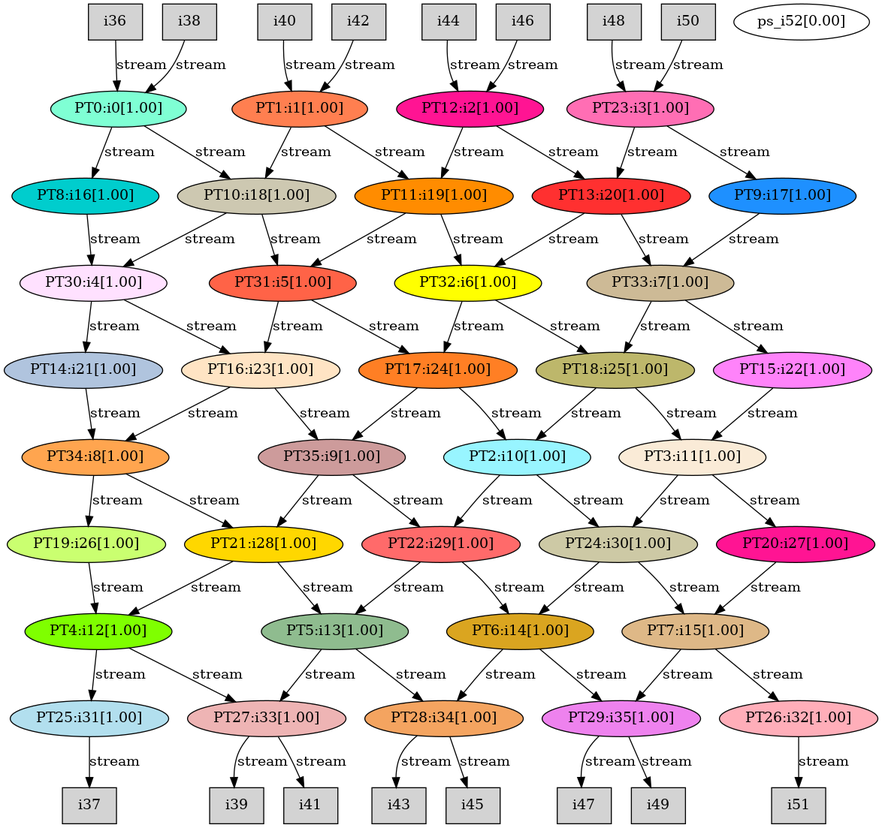
The Graphviz diagram Jacobi_AIE_Scalar/Work/reports/TopGraph.png in lxy-littlechai/SVD, before a commit. Its source is kept beside it as Jacobi_AIE_Scalar/Work/reports/TopGraph.dot.
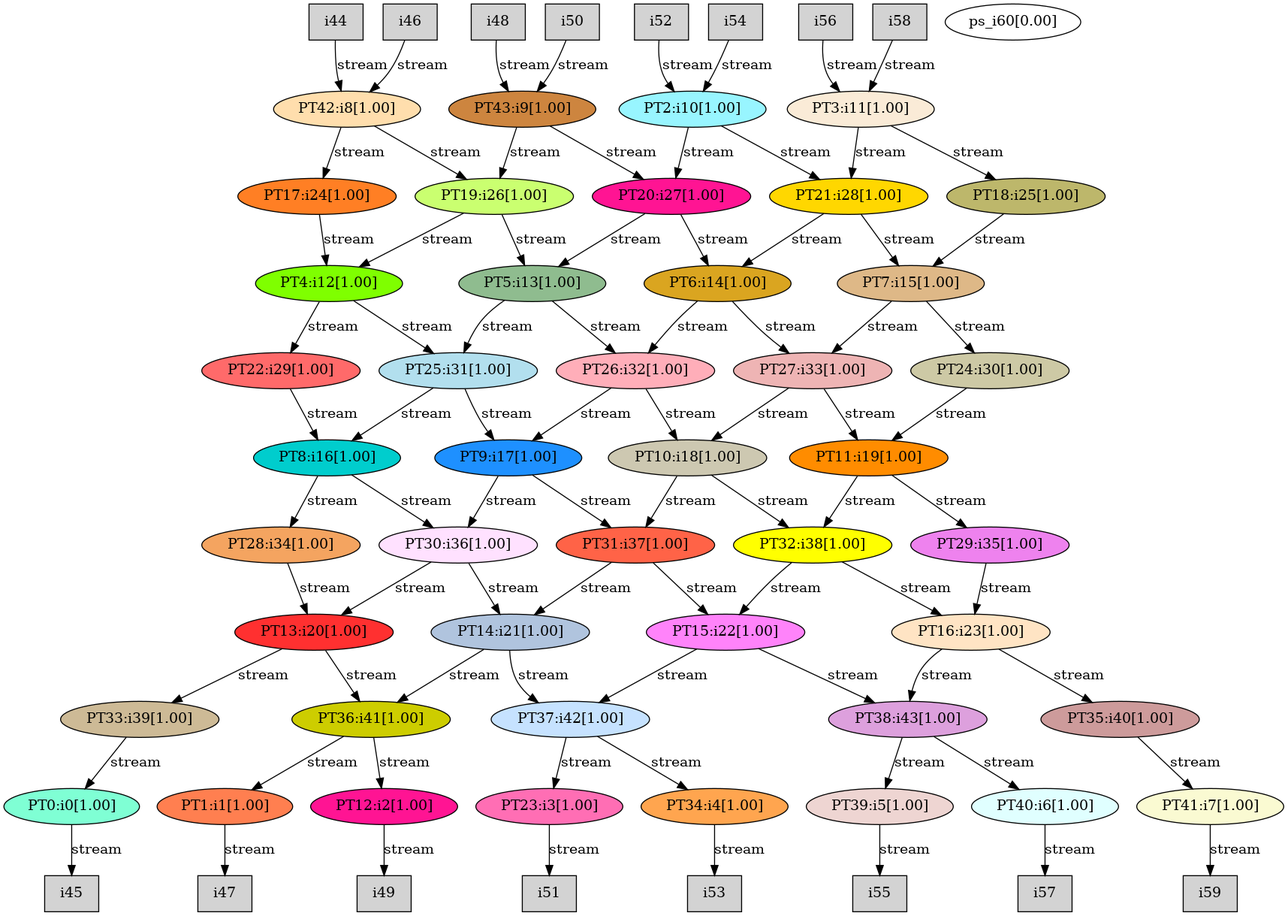
The same file after the commit.

Change to the diagram source:
```diff
@@ -3,12 +3,12 @@
 "PT1:i1[1.00]" [style=filled, fillcolor=coral];
 "PT12:i2[1.00]" [style=filled, fillcolor=deeppink];
 "PT23:i3[1.00]" [style=filled, fillcolor=hotpink1];
-"PT30:i4[1.00]" [style=filled, fillcolor=thistle1];
-"PT31:i5[1.00]" [style=filled, fillcolor=tomato];
-"PT32:i6[1.00]" [style=filled, fillcolor=yellow];
-"PT33:i7[1.00]" [style=filled, fillcolor=wheat3];
-"PT34:i8[1.00]" [style=filled, fillcolor=tan1];
-"PT35:i9[1.00]" [style=filled, fillcolor=rosybrown3];
+"PT34:i4[1.00]" [style=filled, fillcolor=tan1];
+"PT39:i5[1.00]" [style=filled, fillcolor=mistyrose2];
+"PT40:i6[1.00]" [style=filled, fillcolor=lightcyan];
+"PT41:i7[1.00]" [style=filled, fillcolor=lightgoldenrodyellow];
+"PT42:i8[1.00]" [style=filled, fillcolor=navajowhite1];
+"PT43:i9[1.00]" [style=filled, fillcolor=peru];
 "PT2:i10[1.00]" [style=filled, fillcolor=cadetblue1];
 "PT3:i11[1.00]" [style=filled, fillcolor=antiquewhite];
 "PT4:i12[1.00]" [style=filled, fillcolor=chartreuse];
@@ -35,14 +35,14 @@
 "PT27:i33[1.00]" [style=filled, fillcolor=rosybrown2];
 "PT28:i34[1.00]" [style=filled, fillcolor=sandybrown];
 "PT29:i35[1.00]" [style=filled, fillcolor=violet];
-"i36" [shape=box style=filled, fillcolor=lightgrey];
-"i37" [shape=box style=filled, fillcolor=lightgrey];
-"i38" [shape=box style=filled, fillcolor=lightgrey];
-"i39" [shape=box style=filled, fillcolor=lightgrey];
-"i40" [shape=box style=filled, fillcolor=lightgrey];
-"i41" [shape=box style=filled, fillcolor=lightgrey];
-"i42" [shape=box style=filled, fillcolor=lightgrey];
-"i43" [shape=box style=filled, fillcolor=lightgrey];
+"PT30:i36[1.00]" [style=filled, fillcolor=thistle1];
+"PT31:i37[1.00]" [style=filled, fillcolor=tomato];
+"PT32:i38[1.00]" [style=filled, fillcolor=yellow];
+"PT33:i39[1.00]" [style=filled, fillcolor=wheat3];
+"PT35:i40[1.00]" [style=filled, fillcolor=rosybrown3];
+"PT36:i41[1.00]" [style=filled, fillcolor=yellow3];
+"PT37:i42[1.00]" [style=filled, fillcolor=slategray1];
+"PT38:i43[1.00]" [style=filled, fillcolor=plum];
 "i44" [shape=box style=filled, fillcolor=lightgrey];
 "i45" [shape=box style=filled, fillcolor=lightgrey];
 "i46" [shape=box style=filled, fillcolor=lightgrey];
@@ -51,77 +51,93 @@
 "i49" [shape=box style=filled, fillcolor=lightgrey];
 "i50" [shape=box style=filled, fillcolor=lightgrey];
 "i51" [shape=box style=filled, fillcolor=lightgrey];
-"ps_i52[0.00]";
-"i36" -> "PT0:i0[1.00]" [label="stream"];
-"i38" -> "PT0:i0[1.00]" [label="stream"];
-"PT0:i0[1.00]" -> "PT10:i18[1.00]" [label="stream"];
-"PT0:i0[1.00]" -> "PT8:i16[1.00]" [label="stream"];
-"i40" -> "PT1:i1[1.00]" [label="stream"];
-"i42" -> "PT1:i1[1.00]" [label="stream"];
-"PT1:i1[1.00]" -> "PT11:i19[1.00]" [label="stream"];
-"PT1:i1[1.00]" -> "PT10:i18[1.00]" [label="stream"];
-"i44" -> "PT12:i2[1.00]" [label="stream"];
-"i46" -> "PT12:i2[1.00]" [label="stream"];
-"PT12:i2[1.00]" -> "PT13:i20[1.00]" [label="stream"];
-"PT12:i2[1.00]" -> "PT11:i19[1.00]" [label="stream"];
-"i48" -> "PT23:i3[1.00]" [label="stream"];
-"i50" -> "PT23:i3[1.00]" [label="stream"];
-"PT23:i3[1.00]" -> "PT9:i17[1.00]" [label="stream"];
-"PT23:i3[1.00]" -> "PT13:i20[1.00]" [label="stream"];
-"PT8:i16[1.00]" -> "PT30:i4[1.00]" [label="stream"];
-"PT10:i18[1.00]" -> "PT30:i4[1.00]" [label="stream"];
-"PT30:i4[1.00]" -> "PT16:i23[1.00]" [label="stream"];
-"PT30:i4[1.00]" -> "PT14:i21[1.00]" [label="stream"];
-"PT10:i18[1.00]" -> "PT31:i5[1.00]" [label="stream"];
-"PT11:i19[1.00]" -> "PT31:i5[1.00]" [label="stream"];
-"PT31:i5[1.00]" -> "PT17:i24[1.00]" [label="stream"];
-"PT31:i5[1.00]" -> "PT16:i23[1.00]" [label="stream"];
-"PT11:i19[1.00]" -> "PT32:i6[1.00]" [label="stream"];
-"PT13:i20[1.00]" -> "PT32:i6[1.00]" [label="stream"];
-"PT32:i6[1.00]" -> "PT18:i25[1.00]" [label="stream"];
-"PT32:i6[1.00]" -> "PT17:i24[1.00]" [label="stream"];
-"PT13:i20[1.00]" -> "PT33:i7[1.00]" [label="stream"];
-"PT9:i17[1.00]" -> "PT33:i7[1.00]" [label="stream"];
-"PT33:i7[1.00]" -> "PT15:i22[1.00]" [label="stream"];
-"PT33:i7[1.00]" -> "PT18:i25[1.00]" [label="stream"];
-"PT14:i21[1.00]" -> "PT34:i8[1.00]" [label="stream"];
-"PT16:i23[1.00]" -> "PT34:i8[1.00]" [label="stream"];
-"PT34:i8[1.00]" -> "PT21:i28[1.00]" [label="stream"];
-"PT34:i8[1.00]" -> "PT19:i26[1.00]" [label="stream"];
-"PT16:i23[1.00]" -> "PT35:i9[1.00]" [label="stream"];
-"PT17:i24[1.00]" -> "PT35:i9[1.00]" [label="stream"];
-"PT35:i9[1.00]" -> "PT22:i29[1.00]" [label="stream"];
-"PT35:i9[1.00]" -> "PT21:i28[1.00]" [label="stream"];
-"PT17:i24[1.00]" -> "PT2:i10[1.00]" [label="stream"];
-"PT18:i25[1.00]" -> "PT2:i10[1.00]" [label="stream"];
-"PT2:i10[1.00]" -> "PT24:i30[1.00]" [label="stream"];
-"PT2:i10[1.00]" -> "PT22:i29[1.00]" [label="stream"];
-"PT18:i25[1.00]" -> "PT3:i11[1.00]" [label="stream"];
-"PT15:i22[1.00]" -> "PT3:i11[1.00]" [label="stream"];
-"PT3:i11[1.00]" -> "PT20:i27[1.00]" [label="stream"];
-"PT3:i11[1.00]" -> "PT24:i30[1.00]" [label="stream"];
+"i52" [shape=box style=filled, fillcolor=lightgrey];
+"i53" [shape=box style=filled, fillcolor=lightgrey];
+"i54" [shape=box style=filled, fillcolor=lightgrey];
+"i55" [shape=box style=filled, fillcolor=lightgrey];
+"i56" [shape=box style=filled, fillcolor=lightgrey];
+"i57" [shape=box style=filled, fillcolor=lightgrey];
+"i58" [shape=box style=filled, fillcolor=lightgrey];
+"i59" [shape=box style=filled, fillcolor=lightgrey];
+"ps_i60[0.00]";
+"PT33:i39[1.00]" -> "PT0:i0[1.00]" [label="stream"];
+"PT0:i0[1.00]" -> "i45" [label="stream"];
+"PT36:i41[1.00]" -> "PT1:i1[1.00]" [label="stream"];
+"PT1:i1[1.00]" -> "i47" [label="stream"];
+"PT36:i41[1.00]" -> "PT12:i2[1.00]" [label="stream"];
+"PT12:i2[1.00]" -> "i49" [label="stream"];
+"PT37:i42[1.00]" -> "PT23:i3[1.00]" [label="stream"];
+"PT23:i3[1.00]" -> "i51" [label="stream"];
+"PT37:i42[1.00]" -> "PT34:i4[1.00]" [label="stream"];
+"PT34:i4[1.00]" -> "i53" [label="stream"];
+"PT38:i43[1.00]" -> "PT39:i5[1.00]" [label="stream"];
+"PT39:i5[1.00]" -> "i55" [label="stream"];
+"PT38:i43[1.00]" -> "PT40:i6[1.00]" [label="stream"];
+"PT40:i6[1.00]" -> "i57" [label="stream"];
+"PT35:i40[1.00]" -> "PT41:i7[1.00]" [label="stream"];
+"PT41:i7[1.00]" -> "i59" [label="stream"];
+"i44" -> "PT42:i8[1.00]" [label="stream"];
+"i46" -> "PT42:i8[1.00]" [label="stream"];
+"PT42:i8[1.00]" -> "PT19:i26[1.00]" [label="stream"];
+"PT42:i8[1.00]" -> "PT17:i24[1.00]" [label="stream"];
+"i48" -> "PT43:i9[1.00]" [label="stream"];
+"i50" -> "PT43:i9[1.00]" [label="stream"];
+"PT43:i9[1.00]" -> "PT20:i27[1.00]" [label="stream"];
+"PT43:i9[1.00]" -> "PT19:i26[1.00]" [label="stream"];
+"i52" -> "PT2:i10[1.00]" [label="stream"];
+"i54" -> "PT2:i10[1.00]" [label="stream"];
+"PT2:i10[1.00]" -> "PT21:i28[1.00]" [label="stream"];
+"PT2:i10[1.00]" -> "PT20:i27[1.00]" [label="stream"];
+"i56" -> "PT3:i11[1.00]" [label="stream"];
+"i58" -> "PT3:i11[1.00]" [label="stream"];
+"PT3:i11[1.00]" -> "PT18:i25[1.00]" [label="stream"];
+"PT3:i11[1.00]" -> "PT21:i28[1.00]" [label="stream"];
+"PT17:i24[1.00]" -> "PT4:i12[1.00]" [label="stream"];
 "PT19:i26[1.00]" -> "PT4:i12[1.00]" [label="stream"];
-"PT21:i28[1.00]" -> "PT4:i12[1.00]" [label="stream"];
-"PT4:i12[1.00]" -> "PT27:i33[1.00]" [label="stream"];
 "PT4:i12[1.00]" -> "PT25:i31[1.00]" [label="stream"];
-"PT21:i28[1.00]" -> "PT5:i13[1.00]" [label="stream"];
-"PT22:i29[1.00]" -> "PT5:i13[1.00]" [label="stream"];
-"PT5:i13[1.00]" -> "PT28:i34[1.00]" [label="stream"];
-"PT5:i13[1.00]" -> "PT27:i33[1.00]" [label="stream"];
-"PT22:i29[1.00]" -> "PT6:i14[1.00]" [label="stream"];
-"PT24:i30[1.00]" -> "PT6:i14[1.00]" [label="stream"];
-"PT6:i14[1.00]" -> "PT29:i35[1.00]" [label="stream"];
-"PT6:i14[1.00]" -> "PT28:i34[1.00]" [label="stream"];
-"PT24:i30[1.00]" -> "PT7:i15[1.00]" [label="stream"];
-"PT20:i27[1.00]" -> "PT7:i15[1.00]" [label="stream"];
-"PT7:i15[1.00]" -> "PT26:i32[1.00]" [label="stream"];
-"PT7:i15[1.00]" -> "PT29:i35[1.00]" [label="stream"];
-"PT25:i31[1.00]" -> "i37" [label="stream"];
-"PT26:i32[1.00]" -> "i51" [label="stream"];
-"PT27:i33[1.00]" -> "i39" [label="stream"];
-"PT27:i33[1.00]" -> "i41" [label="stream"];
-"PT28:i34[1.00]" -> "i43" [label="stream"];
-"PT28:i34[1.00]" -> "i45" [label="stream"];
-"PT29:i35[1.00]" -> "i47" [label="stream"];
-"PT29:i35[1.00]" -> "i49" [label="stream"];
+"PT4:i12[1.00]" -> "PT22:i29[1.00]" [label="stream"];
+"PT19:i26[1.00]" -> "PT5:i13[1.00]" [label="stream"];
+"PT20:i27[1.00]" -> "PT5:i13[1.00]" [label="stream"];
+"PT5:i13[1.00]" -> "PT26:i32[1.00]" [label="stream"];
+"PT5:i13[1.00]" -> "PT25:i31[1.00]" [label="stream"];
+"PT20:i27[1.00]" -> "PT6:i14[1.00]" [label="stream"];
+"PT21:i28[1.00]" -> "PT6:i14[1.00]" [label="stream"];
+"PT6:i14[1.00]" -> "PT27:i33[1.00]" [label="stream"];
+"PT6:i14[1.00]" -> "PT26:i32[1.00]" [label="stream"];
+"PT21:i28[1.00]" -> "PT7:i15[1.00]" [label="stream"];
+"PT18:i25[1.00]" -> "PT7:i15[1.00]" [label="stream"];
+"PT7:i15[1.00]" -> "PT24:i30[1.00]" [label="stream"];
+"PT7:i15[1.00]" -> "PT27:i33[1.00]" [label="stream"];
+"PT22:i29[1.00]" -> "PT8:i16[1.00]" [label="stream"];
+"PT25:i31[1.00]" -> "PT8:i16[1.00]" [label="stream"];
+"PT8:i16[1.00]" -> "PT30:i36[1.00]" [label="stream"];
+"PT8:i16[1.00]" -> "PT28:i34[1.00]" [label="stream"];
+"PT25:i31[1.00]" -> "PT9:i17[1.00]" [label="stream"];
+"PT26:i32[1.00]" -> "PT9:i17[1.00]" [label="stream"];
+"PT9:i17[1.00]" -> "PT31:i37[1.00]" [label="stream"];
+"PT9:i17[1.00]" -> "PT30:i36[1.00]" [label="stream"];
+"PT26:i32[1.00]" -> "PT10:i18[1.00]" [label="stream"];
+"PT27:i33[1.00]" -> "PT10:i18[1.00]" [label="stream"];
+"PT10:i18[1.00]" -> "PT32:i38[1.00]" [label="stream"];
+"PT10:i18[1.00]" -> "PT31:i37[1.00]" [label="stream"];
+"PT27:i33[1.00]" -> "PT11:i19[1.00]" [label="stream"];
+"PT24:i30[1.00]" -> "PT11:i19[1.00]" [label="stream"];
+"PT11:i19[1.00]" -> "PT29:i35[1.00]" [label="stream"];
+"PT11:i19[1.00]" -> "PT32:i38[1.00]" [label="stream"];
+"PT28:i34[1.00]" -> "PT13:i20[1.00]" [label="stream"];
+"PT30:i36[1.00]" -> "PT13:i20[1.00]" [label="stream"];
+"PT13:i20[1.00]" -> "PT36:i41[1.00]" [label="stream"];
+"PT13:i20[1.00]" -> "PT33:i39[1.00]" [label="stream"];
+"PT30:i36[1.00]" -> "PT14:i21[1.00]" [label="stream"];
+"PT31:i37[1.00]" -> "PT14:i21[1.00]" [label="stream"];
+"PT14:i21[1.00]" -> "PT37:i42[1.00]" [label="stream"];
+"PT14:i21[1.00]" -> "PT36:i41[1.00]" [label="stream"];
+"PT31:i37[1.00]" -> "PT15:i22[1.00]" [label="stream"];
+"PT32:i38[1.00]" -> "PT15:i22[1.00]" [label="stream"];
+"PT15:i22[1.00]" -> "PT38:i43[1.00]" [label="stream"];
+"PT15:i22[1.00]" -> "PT37:i42[1.00]" [label="stream"];
+"PT32:i38[1.00]" -> "PT16:i23[1.00]" [label="stream"];
+"PT29:i35[1.00]" -> "PT16:i23[1.00]" [label="stream"];
+"PT16:i23[1.00]" -> "PT35:i40[1.00]" [label="stream"];
+"PT16:i23[1.00]" -> "PT38:i43[1.00]" [label="stream"];
 }
```
